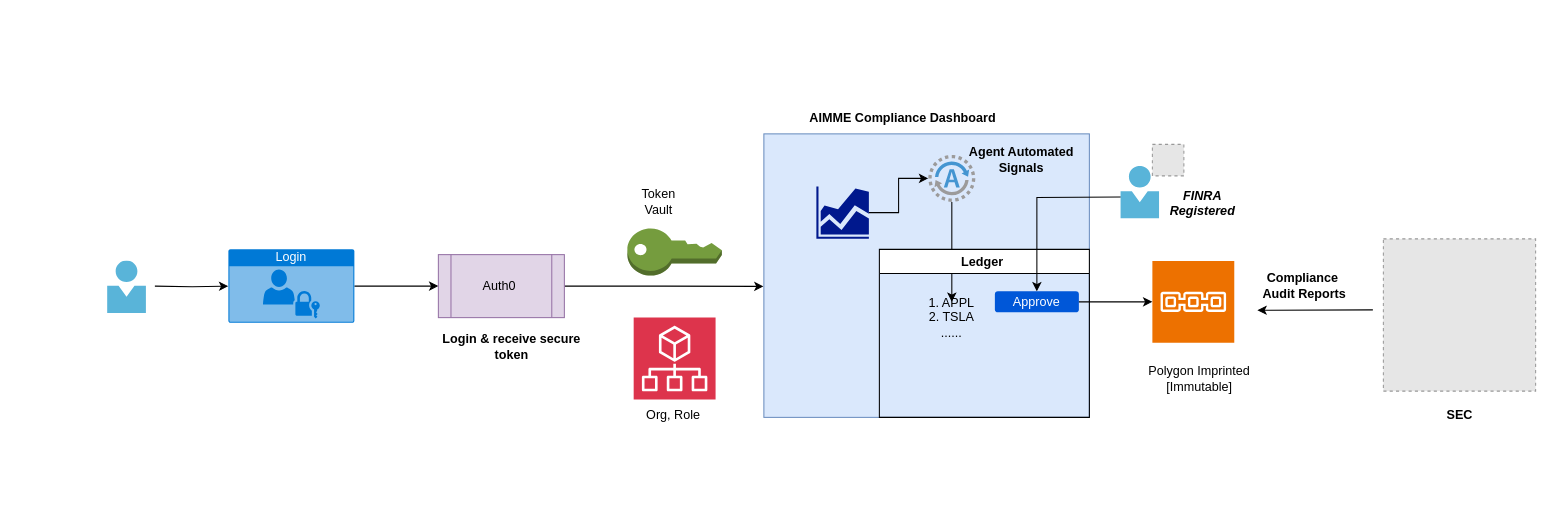
Before: architecture/auth0-token-vault-architecture.drawio in vpremk/AIMME, a draw.io diagram. Source tidied: cells renumbered, new cells numbered last; positions are measured from the earlier drawing's top-left corner, leaving out a move shared by most shapes. Both pictures are drawn from the tidied source at 105%, with x=0, y=0 at pixel (107, 102). Pictures stored in the file or linked from it are replaced by grey dashed boxes.
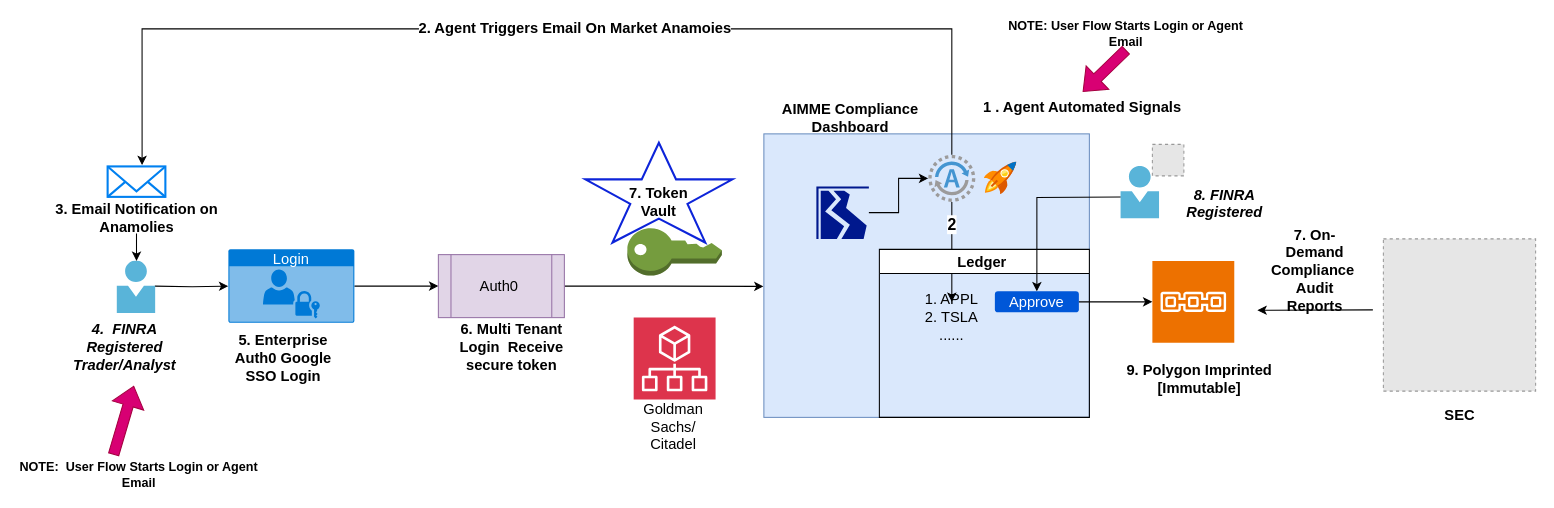
The same page after the edit.

Diff of the diagram source:
```diff
@@
+    <mxCell id="34" style="verticalLabelPosition=bottom;verticalAlign=top;html=1;shape=mxgraph.basic.star;strokeColor=light-dark(#0d24d9, #ededed);strokeWidth=2;" parent="1" vertex="1">
+      <mxGeometry x="455" y="38.5" width="140" height="95" as="geometry" />
+    </mxCell>
-    <mxCell id="2" style="edgeStyle=orthogonalEdgeStyle;rounded=0;jettySize=auto;html=1;" parent="1" edge="1" target="4">
+    <mxCell id="2" style="edgeStyle=orthogonalEdgeStyle;rounded=0;jettySize=auto;html=1;fontSize=14;flowAnimation=1;" parent="1" edge="1" target="4">
       <mxGeometry relative="1" as="geometry">
         <mxPoint x="45" y="175" as="sourcePoint" />
       </mxGeometry>
     </mxCell>
-    <mxCell id="3" style="edgeStyle=orthogonalEdgeStyle;rounded=0;jettySize=auto;html=1;" parent="1" edge="1" source="4">
+    <mxCell id="3" style="edgeStyle=orthogonalEdgeStyle;rounded=0;jettySize=auto;html=1;fontSize=14;flowAnimation=1;" parent="1" edge="1" source="4">
       <mxGeometry relative="1" as="geometry">
         <mxPoint x="315" y="175" as="targetPoint" />
       </mxGeometry>
     </mxCell>
-    <mxCell id="4" value="Login" style="html=1;whiteSpace=wrap;strokeColor=none;fillColor=#0079D6;labelPosition=center;verticalLabelPosition=middle;verticalAlign=top;align=center;fontSize=12;outlineConnect=0;spacingTop=-6;fontColor=#FFFFFF;sketch=0;shape=mxgraph.sitemap.login;" parent="1" vertex="1">
+    <mxCell id="4" value="Login" style="html=1;whiteSpace=wrap;strokeColor=none;fillColor=#0079D6;labelPosition=center;verticalLabelPosition=middle;verticalAlign=top;align=center;fontSize=14;outlineConnect=0;spacingTop=-6;fontColor=#FFFFFF;sketch=0;shape=mxgraph.sitemap.login;" parent="1" vertex="1">
       <mxGeometry x="115" y="140" width="120" height="70" as="geometry" />
     </mxCell>
-    <mxCell id="5" style="shape=mxgraph.aws3.add_on;whiteSpace=wrap;html=1;backgroundOutline=1;dashed=0;verticalLabelPosition=bottom;verticalAlign=top;fillColor=#759C3E;gradientColor=none;" parent="1" vertex="1">
+    <mxCell id="5" style="shape=mxgraph.aws3.add_on;whiteSpace=wrap;html=1;backgroundOutline=1;dashed=0;verticalLabelPosition=bottom;verticalAlign=top;fillColor=#759C3E;gradientColor=none;fontSize=14;" parent="1" vertex="1">
       <mxGeometry x="495" y="120" width="90" height="45" as="geometry" />
     </mxCell>
-    <mxCell id="6" style="edgeStyle=orthogonalEdgeStyle;rounded=0;jettySize=auto;html=1;entryX=-0.001;entryY=0.538;entryDx=0;entryDy=0;entryPerimeter=0;" parent="1" edge="1" source="7" target="9">
+    <mxCell id="6" style="edgeStyle=orthogonalEdgeStyle;rounded=0;jettySize=auto;html=1;entryX=-0.001;entryY=0.538;entryDx=0;entryDy=0;entryPerimeter=0;fontSize=14;flowAnimation=1;" parent="1" edge="1" source="7" target="9">
       <mxGeometry relative="1" as="geometry" />
     </mxCell>
-    <mxCell id="7" value="Auth0&amp;nbsp;" style="shape=process;whiteSpace=wrap;html=1;backgroundOutline=1;fillColor=#e1d5e7;strokeColor=#9673a6;" parent="1" vertex="1">
+    <mxCell id="7" value="Auth0&amp;nbsp;" style="shape=process;whiteSpace=wrap;html=1;backgroundOutline=1;fillColor=#e1d5e7;strokeColor=#9673a6;fontSize=14;" parent="1" vertex="1">
       <mxGeometry x="315" y="145" width="120" height="60" as="geometry" />
     </mxCell>
-    <mxCell id="8" value="&lt;b&gt;Login &amp;amp; receive secure token&lt;/b&gt;" style="text;html=1;whiteSpace=wrap;strokeColor=none;fillColor=none;align=center;verticalAlign=middle;rounded=0;" parent="1" vertex="1">
+    <mxCell id="8" value="&lt;b&gt;6. Multi Tenant Login&amp;nbsp; Receive secure token&lt;/b&gt;" style="text;html=1;whiteSpace=wrap;strokeColor=none;fillColor=none;align=center;verticalAlign=middle;rounded=0;fontSize=14;" parent="1" vertex="1">
       <mxGeometry x="315" y="217.5" width="140" height="30" as="geometry" />
     </mxCell>
-    <mxCell id="9" style="rounded=0;whiteSpace=wrap;html=1;fillColor=#dae8fc;strokeColor=#6c8ebf;" parent="1" vertex="1">
+    <mxCell id="9" style="rounded=0;whiteSpace=wrap;html=1;fillColor=#dae8fc;strokeColor=#6c8ebf;fontSize=14;" parent="1" vertex="1">
       <mxGeometry x="625" y="30" width="310" height="270" as="geometry" />
     </mxCell>
-    <mxCell id="10" value="&lt;span style=&quot;text-align: left;&quot;&gt;Token Vault&lt;/span&gt;" style="text;html=1;whiteSpace=wrap;strokeColor=none;fillColor=none;align=center;verticalAlign=middle;rounded=0;" parent="1" vertex="1">
+    <mxCell id="10" value="&lt;span style=&quot;text-align: left;&quot;&gt;7. Token Vault&lt;/span&gt;" style="text;html=1;whiteSpace=wrap;strokeColor=none;fillColor=none;align=center;verticalAlign=middle;rounded=0;fontSize=14;fontStyle=1;" parent="1" vertex="1">
       <mxGeometry x="495" y="80" width="60" height="30" as="geometry" />
     </mxCell>
-    <mxCell id="11" style="sketch=0;fontColor=#232F3E;fillColor=#DD344C;strokeColor=#ffffff;dashed=0;verticalLabelPosition=bottom;verticalAlign=top;align=center;html=1;fontSize=12;fontStyle=0;shape=mxgraph.aws4.resourceIcon;resIcon=mxgraph.aws4.organizations;" parent="1" vertex="1">
+    <mxCell id="11" style="sketch=0;fontColor=#232F3E;fillColor=#DD344C;strokeColor=#ffffff;dashed=0;verticalLabelPosition=bottom;verticalAlign=top;align=center;html=1;fontSize=14;fontStyle=0;shape=mxgraph.aws4.resourceIcon;resIcon=mxgraph.aws4.organizations;" parent="1" vertex="1">
       <mxGeometry x="501" y="205" width="78" height="78" as="geometry" />
     </mxCell>
-    <mxCell id="12" value="Org, Role" style="text;html=1;whiteSpace=wrap;strokeColor=none;fillColor=none;align=center;verticalAlign=middle;rounded=0;" parent="1" vertex="1">
-      <mxGeometry x="509" y="283" width="60" height="30" as="geometry" />
+    <mxCell id="12" value="Goldman Sachs/ Citadel" style="text;html=1;whiteSpace=wrap;strokeColor=none;fillColor=none;align=center;verticalAlign=middle;rounded=0;fontSize=14;" parent="1" vertex="1">
+      <mxGeometry x="509" y="294" width="60" height="30" as="geometry" />
     </mxCell>
-    <mxCell id="13" value="AIMME Compliance Dashboard" style="text;html=1;whiteSpace=wrap;strokeColor=none;fillColor=none;align=center;verticalAlign=middle;rounded=0;fontStyle=1;" parent="1" vertex="1">
-      <mxGeometry x="655" width="205" height="30" as="geometry" />
+    <mxCell id="13" value="AIMME Compliance Dashboard" style="text;html=1;whiteSpace=wrap;strokeColor=none;fillColor=none;align=center;verticalAlign=middle;rounded=0;fontStyle=1;fontSize=14;" parent="1" vertex="1">
+      <mxGeometry x="605" width="205" height="30" as="geometry" />
     </mxCell>
-    <mxCell id="14" style="shadow=0;dashed=0;html=1;strokeColor=none;fillColor=#4495D1;labelPosition=center;verticalLabelPosition=bottom;verticalAlign=top;align=center;outlineConnect=0;shape=mxgraph.veeam.2d.agent;" parent="1" vertex="1">
+    <mxCell id="14" style="shadow=0;dashed=0;html=1;strokeColor=none;fillColor=#4495D1;labelPosition=center;verticalLabelPosition=bottom;verticalAlign=top;align=center;outlineConnect=0;shape=mxgraph.veeam.2d.agent;fontSize=14;" parent="1" vertex="1">
       <mxGeometry x="781.6" y="50" width="44.8" height="44.8" as="geometry" />
     </mxCell>
-    <mxCell id="15" style="endArrow=classic;html=1;rounded=0;" parent="1" edge="1" source="14" target="18">
+    <mxCell id="15" style="endArrow=classic;html=1;rounded=0;fontSize=14;flowAnimation=1;" parent="1" edge="1" source="14" target="18">
       <mxGeometry relative="1" as="geometry" />
     </mxCell>
+    <mxCell id="35" value="&lt;font style=&quot;font-size: 15px;&quot;&gt;&lt;b&gt;2&lt;/b&gt;&lt;/font&gt;" style="edgeLabel;html=1;align=center;verticalAlign=middle;" parent="15" vertex="1">
+      <mxGeometry x="-0.53" y="-1" relative="1" as="geometry">
+        <mxPoint y="-1" as="offset" />
+      </mxGeometry>
+    </mxCell>
+    <mxCell id="36" style="edgeStyle=orthogonalEdgeStyle;rounded=0;jettySize=auto;html=1;entryX=0.597;entryY=-0.044;entryDx=0;entryDy=0;entryPerimeter=0;fontSize=14;flowAnimation=1;" parent="1" edge="1" source="14" target="38">
+      <mxGeometry relative="1" as="geometry">
+        <Array as="points">
+          <mxPoint x="804" y="-70" />
+          <mxPoint x="33" y="-70" />
+        </Array>
+      </mxGeometry>
+    </mxCell>
+    <mxCell id="37" value="&lt;font&gt;2. Agent Triggers Email On Market Anamoies&lt;/font&gt;" style="edgeLabel;html=1;align=center;verticalAlign=middle;fontSize=14;fontStyle=1;" parent="36" vertex="1">
+      <mxGeometry x="-0.06" y="-2" relative="1" as="geometry" />
+    </mxCell>
-    <mxCell id="16" value="Agent Automated Signals" style="text;html=1;whiteSpace=wrap;strokeColor=none;fillColor=none;align=center;verticalAlign=middle;rounded=0;fontStyle=1;" parent="1" vertex="1">
-      <mxGeometry x="806.4" y="40" width="128.6" height="30" as="geometry" />
+    <mxCell id="16" value="1 . Agent Automated Signals" style="text;html=1;whiteSpace=wrap;strokeColor=none;fillColor=none;align=center;verticalAlign=middle;rounded=0;fontStyle=1;fontSize=14;" parent="1" vertex="1">
+      <mxGeometry x="784.4" y="-10" width="288.6" height="30" as="geometry" />
     </mxCell>
-    <mxCell id="17" value="Ledger&amp;nbsp;" style="swimlane;whiteSpace=wrap;html=1;" parent="1" vertex="1">
+    <mxCell id="17" value="Ledger&amp;nbsp;" style="swimlane;whiteSpace=wrap;html=1;fontSize=14;" parent="1" vertex="1">
       <mxGeometry x="735" y="140" width="200" height="160" as="geometry" />
     </mxCell>
-    <mxCell id="18" value="1. APPL&lt;div&gt;2. TSLA&lt;/div&gt;&lt;div&gt;......&lt;/div&gt;" style="text;html=1;whiteSpace=wrap;strokeColor=none;fillColor=none;align=center;verticalAlign=middle;rounded=0;" parent="17" vertex="1">
+    <mxCell id="18" value="1. APPL&lt;div&gt;2. TSLA&lt;/div&gt;&lt;div&gt;......&lt;/div&gt;" style="text;html=1;whiteSpace=wrap;strokeColor=none;fillColor=none;align=center;verticalAlign=middle;rounded=0;fontSize=14;" parent="17" vertex="1">
       <mxGeometry x="20" y="50" width="98" height="30" as="geometry" />
     </mxCell>
-    <mxCell id="19" value="Approve" style="rounded=1;fillColor=#0057D8;strokeColor=none;html=1;whiteSpace=wrap;fontColor=#ffffff;align=center;verticalAlign=middle;fontStyle=0;fontSize=12;sketch=0;" parent="17" vertex="1">
+    <mxCell id="19" value="Approve" style="rounded=1;fillColor=#0057D8;strokeColor=none;html=1;whiteSpace=wrap;fontColor=#ffffff;align=center;verticalAlign=middle;fontStyle=0;fontSize=14;sketch=0;" parent="17" vertex="1">
       <mxGeometry x="110" y="40" width="80" height="20" as="geometry" />
     </mxCell>
-    <mxCell id="20" style="sketch=0;points=[[0,0,0],[0.25,0,0],[0.5,0,0],[0.75,0,0],[1,0,0],[0,1,0],[0.25,1,0],[0.5,1,0],[0.75,1,0],[1,1,0],[0,0.25,0],[0,0.5,0],[0,0.75,0],[1,0.25,0],[1,0.5,0],[1,0.75,0]];outlineConnect=0;fontColor=#232F3E;fillColor=#ED7100;strokeColor=#ffffff;dashed=0;verticalLabelPosition=bottom;verticalAlign=top;align=center;html=1;fontSize=12;fontStyle=0;shape=mxgraph.aws4.resourceIcon;resIcon=mxgraph.aws4.blockchain;" parent="1" vertex="1">
+    <mxCell id="20" style="sketch=0;points=[[0,0,0],[0.25,0,0],[0.5,0,0],[0.75,0,0],[1,0,0],[0,1,0],[0.25,1,0],[0.5,1,0],[0.75,1,0],[1,1,0],[0,0.25,0],[0,0.5,0],[0,0.75,0],[1,0.25,0],[1,0.5,0],[1,0.75,0]];outlineConnect=0;fontColor=#232F3E;fillColor=#ED7100;strokeColor=#ffffff;dashed=0;verticalLabelPosition=bottom;verticalAlign=top;align=center;html=1;fontSize=14;fontStyle=0;shape=mxgraph.aws4.resourceIcon;resIcon=mxgraph.aws4.blockchain;" parent="1" vertex="1">
       <mxGeometry x="995" y="151" width="78" height="78" as="geometry" />
     </mxCell>
-    <mxCell id="21" value="Polygon Imprinted&lt;div&gt;[Immutable]&lt;/div&gt;" style="text;html=1;whiteSpace=wrap;strokeColor=none;fillColor=none;align=center;verticalAlign=middle;rounded=0;" parent="1" vertex="1">
+    <mxCell id="21" value="9. Polygon Imprinted&lt;div&gt;[Immutable]&lt;/div&gt;" style="text;html=1;whiteSpace=wrap;strokeColor=none;fillColor=none;align=center;verticalAlign=middle;rounded=0;fontSize=14;fontStyle=1;" parent="1" vertex="1">
       <mxGeometry x="965" y="247.5" width="150" height="30" as="geometry" />
     </mxCell>
-    <mxCell id="22" style="edgeStyle=orthogonalEdgeStyle;rounded=0;jettySize=auto;html=1;" parent="1" edge="1" source="19" target="20">
+    <mxCell id="22" style="edgeStyle=orthogonalEdgeStyle;rounded=0;jettySize=auto;html=1;fontSize=14;flowAnimation=1;" parent="1" edge="1" source="19" target="20">
       <mxGeometry relative="1" as="geometry" />
     </mxCell>
-    <mxCell id="23" style="edgeStyle=orthogonalEdgeStyle;rounded=0;jettySize=auto;html=1;entryX=0.5;entryY=0;entryDx=0;entryDy=0;" parent="1" edge="1" target="19">
+    <mxCell id="23" style="edgeStyle=orthogonalEdgeStyle;rounded=0;jettySize=auto;html=1;entryX=0.5;entryY=0;entryDx=0;entryDy=0;fontSize=14;flowAnimation=1;" parent="1" edge="1" target="19">
       <mxGeometry relative="1" as="geometry">
         <mxPoint x="965" y="90.1" as="sourcePoint" />
       </mxGeometry>
     </mxCell>
-    <mxCell id="24" style="image;sketch=0;html=1;points=[];align=center;fontSize=12;image=img/lib/mscae/Person.svg;" parent="1" vertex="1">
-      <mxGeometry y="151" width="37" height="50" as="geometry" />
+    <mxCell id="24" style="image;sketch=0;html=1;points=[];align=center;fontSize=14;image=img/lib/mscae/Person.svg;" parent="1" vertex="1">
+      <mxGeometry x="9" y="151" width="37" height="50" as="geometry" />
     </mxCell>
-    <mxCell id="25" style="image;sketch=0;html=1;align=center;fontSize=12;image=img/lib/mscae/Person.svg;" parent="1" vertex="1">
+    <mxCell id="25" style="image;sketch=0;html=1;align=center;fontSize=14;image=img/lib/mscae/Person.svg;" parent="1" vertex="1">
       <mxGeometry x="965" y="61" width="37" height="50" as="geometry" />
     </mxCell>
-    <mxCell id="26" style="edgeStyle=orthogonalEdgeStyle;rounded=0;jettySize=auto;html=1;" parent="1" edge="1" source="27" target="14">
+    <mxCell id="26" style="edgeStyle=orthogonalEdgeStyle;rounded=0;jettySize=auto;html=1;fontSize=14;flowAnimation=1;" parent="1" edge="1" source="27" target="14">
       <mxGeometry relative="1" as="geometry" />
     </mxCell>
-    <mxCell id="27" style="sketch=0;shadow=0;dashed=0;html=1;strokeColor=none;labelPosition=center;verticalLabelPosition=bottom;verticalAlign=top;align=center;fillColor=#00188D;shape=mxgraph.mscae.general.graph;" parent="1" vertex="1">
+    <mxCell id="27" style="sketch=0;shadow=0;dashed=0;html=1;strokeColor=none;labelPosition=center;verticalLabelPosition=bottom;verticalAlign=top;align=center;fillColor=#00188D;shape=mxgraph.mscae.general.graph;direction=south;fontSize=14;" parent="1" vertex="1">
       <mxGeometry x="675" y="80" width="50" height="50" as="geometry" />
     </mxCell>
-    <mxCell id="28" style="fillColor=#E6E6E6;strokeColor=#999999;dashed=1;html=1;verticalAlign=top;verticalLabelPosition=bottom;labelBackgroundColor=#ffffff;" parent="1" vertex="1">
+    <mxCell id="28" style="fillColor=#E6E6E6;strokeColor=#999999;dashed=1;html=1;verticalAlign=top;verticalLabelPosition=bottom;labelBackgroundColor=#ffffff;fontSize=14;" parent="1" vertex="1">
       <mxGeometry x="995" y="40" width="30" height="30" as="geometry" />
     </mxCell>
-    <mxCell id="29" value="FINRA Registered" style="text;html=1;whiteSpace=wrap;strokeColor=none;fillColor=none;align=center;verticalAlign=middle;rounded=0;fontStyle=3;" parent="1" vertex="1">
-      <mxGeometry x="1013" y="81" width="60" height="30" as="geometry" />
+    <mxCell id="29" value="8. FINRA Registered" style="text;html=1;whiteSpace=wrap;strokeColor=none;fillColor=none;align=center;verticalAlign=middle;rounded=0;fontStyle=3;fontSize=14;" parent="1" vertex="1">
+      <mxGeometry x="1013" y="81" width="102" height="30" as="geometry" />
     </mxCell>
-    <mxCell id="30" style="endArrow=classic;html=1;rounded=0;" parent="1" edge="1">
+    <mxCell id="30" style="endArrow=classic;html=1;rounded=0;fontSize=14;flowAnimation=1;" parent="1" edge="1">
       <mxGeometry relative="1" as="geometry">
         <mxPoint x="1205" y="197.6" as="sourcePoint" />
         <mxPoint x="1095" y="198" as="targetPoint" />
       </mxGeometry>
     </mxCell>
-    <mxCell id="31" value="Compliance&amp;nbsp; Audit Reports" style="text;html=1;whiteSpace=wrap;strokeColor=none;fillColor=none;align=center;verticalAlign=middle;rounded=0;fontStyle=1;" parent="1" vertex="1">
-      <mxGeometry x="1095" y="160" width="90" height="30" as="geometry" />
+    <mxCell id="31" value="7. On-Demand&lt;div&gt;Compliance&amp;nbsp; Audit Reports&lt;/div&gt;" style="text;html=1;whiteSpace=wrap;strokeColor=none;fillColor=none;align=center;verticalAlign=middle;rounded=0;fontStyle=1;fontSize=14;" parent="1" vertex="1">
+      <mxGeometry x="1105" y="145" width="90" height="30" as="geometry" />
     </mxCell>
-    <mxCell id="32" style="fillColor=#E6E6E6;strokeColor=#999999;dashed=1;verticalLabelPosition=bottom;labelBackgroundColor=default;verticalAlign=top;" parent="1" vertex="1">
+    <mxCell id="32" style="fillColor=#E6E6E6;strokeColor=#999999;dashed=1;verticalLabelPosition=bottom;labelBackgroundColor=default;verticalAlign=top;fontSize=14;" parent="1" vertex="1">
       <mxGeometry x="1215" y="130" width="145" height="145" as="geometry" />
     </mxCell>
-    <mxCell id="33" value="SEC" style="text;html=1;whiteSpace=wrap;strokeColor=none;fillColor=none;align=center;verticalAlign=middle;rounded=0;fontStyle=1;" parent="1" vertex="1">
+    <mxCell id="33" value="SEC" style="text;html=1;whiteSpace=wrap;strokeColor=none;fillColor=none;align=center;verticalAlign=middle;rounded=0;fontStyle=1;fontSize=14;" parent="1" vertex="1">
       <mxGeometry x="1257.5" y="283" width="60" height="30" as="geometry" />
     </mxCell>
+    <mxCell id="38" style="html=1;verticalLabelPosition=bottom;align=center;labelBackgroundColor=#ffffff;verticalAlign=top;strokeWidth=2;strokeColor=#0080F0;shadow=0;dashed=0;shape=mxgraph.ios7.icons.mail;fontSize=14;" parent="1" vertex="1">
+      <mxGeometry y="61" width="55" height="29" as="geometry" />
+    </mxCell>
+    <mxCell id="39" style="edgeStyle=orthogonalEdgeStyle;rounded=0;jettySize=auto;html=1;fontSize=14;flowAnimation=1;" parent="1" edge="1" source="40" target="24">
+      <mxGeometry relative="1" as="geometry" />
+    </mxCell>
+    <mxCell id="40" value="3. Email Notification on Anamolies" style="text;html=1;whiteSpace=wrap;strokeColor=none;fillColor=none;align=center;verticalAlign=middle;rounded=0;fontStyle=1;fontSize=14;" parent="1" vertex="1">
+      <mxGeometry x="-57.5" y="94.8" width="170" height="30" as="geometry" />
+    </mxCell>
+    <mxCell id="41" value="4.&amp;nbsp; FINRA Registered&lt;div&gt;Trader/Analyst&lt;/div&gt;" style="text;html=1;whiteSpace=wrap;strokeColor=none;fillColor=none;align=center;verticalAlign=middle;rounded=0;fontStyle=3;fontSize=14;" parent="1" vertex="1">
+      <mxGeometry x="-25" y="217.5" width="82.5" height="30" as="geometry" />
+    </mxCell>
+    <mxCell id="42" value="5. Enterprise Auth0 Google SSO Login" style="text;html=1;whiteSpace=wrap;strokeColor=none;fillColor=none;align=center;verticalAlign=middle;rounded=0;fontStyle=1;fontSize=14;" parent="1" vertex="1">
+      <mxGeometry x="115" y="229" width="105" height="30" as="geometry" />
+    </mxCell>
+    <mxCell id="43" style="image;sketch=0;html=1;align=center;fontSize=12;image=img/lib/mscae/Quick_Start_Center.svg;" parent="1" vertex="1">
+      <mxGeometry x="835" y="56.9" width="31" height="31" as="geometry" />
+    </mxCell>
+    <mxCell id="44" value="NOTE: User Flow Starts Login or Agent Email" style="text;html=1;whiteSpace=wrap;strokeColor=none;fillColor=none;align=center;verticalAlign=middle;rounded=0;fontStyle=1;" parent="1" vertex="1">
+      <mxGeometry x="855" y="-80" width="230" height="30" as="geometry" />
+    </mxCell>
+    <mxCell id="45" style="shape=flexArrow;endArrow=classic;html=1;rounded=0;exitX=0.5;exitY=1;exitDx=0;exitDy=0;entryX=0.5;entryY=0;entryDx=0;entryDy=0;fillColor=#d80073;strokeColor=#A50040;flowAnimation=1;" parent="1" edge="1" source="44" target="16">
+      <mxGeometry relative="1" as="geometry" />
+    </mxCell>
+    <mxCell id="46" value="NOTE:&amp;nbsp; User Flow Starts Login or Agent Email" style="text;html=1;whiteSpace=wrap;strokeColor=none;fillColor=none;align=center;verticalAlign=middle;rounded=0;fontStyle=1;" parent="1" vertex="1">
+      <mxGeometry x="-85" y="340" width="230" height="30" as="geometry" />
+    </mxCell>
+    <mxCell id="47" style="shape=flexArrow;endArrow=classic;html=1;rounded=0;exitX=0.394;exitY=-0.146;exitDx=0;exitDy=0;fillColor=#d80073;strokeColor=#A50040;exitPerimeter=0;flowAnimation=1;" parent="1" edge="1" source="46">
+      <mxGeometry relative="1" as="geometry">
+        <mxPoint x="25" y="270" as="targetPoint" />
+      </mxGeometry>
+    </mxCell>
```
